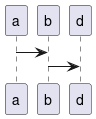
Earlier version of the PlantUML export resources/class-diagram.png (sesh9096/ooad_semester_project).
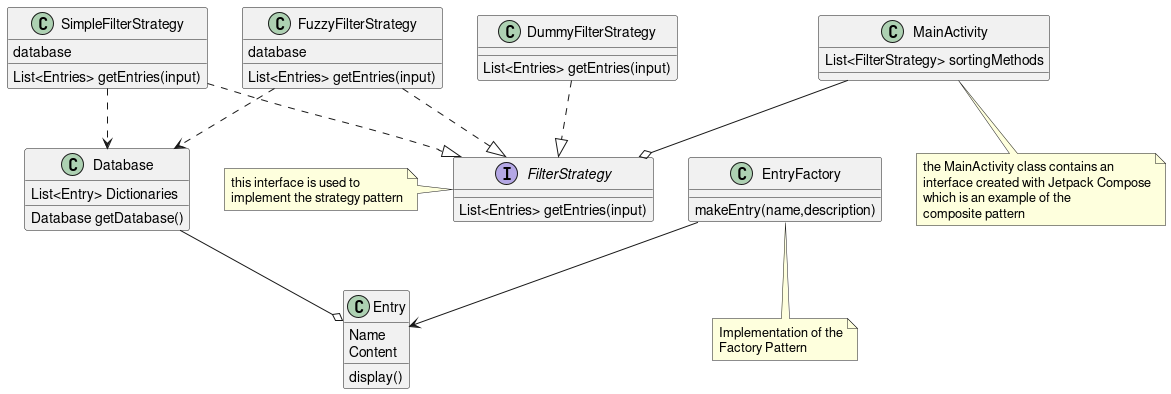
After the change.

What changed in the source:
```diff
@@ -1,4 +1,42 @@
 @startuml
-a -> b
-b -> d
+Interface FilterStrategy {
+	List<Entries> getEntries(input)
+}
+note left: this interface is used to\nimplement the strategy pattern
+Class Entry{
+	Name
+	Content
+	display()
+}
+Class EntryFactory{
+	makeEntry(name,description)
+}
+note bottom: Implementation of the\nFactory Pattern
+Class Database{
+	List<Entry> Dictionaries
+	Database getDatabase()
+}
+Class SimpleFilterStrategy {
+	database
+	List<Entries> getEntries(input)
+}
+Class FuzzyFilterStrategy {
+	database
+	List<Entries> getEntries(input)
+}
+Class DummyFilterStrategy {
+	List<Entries> getEntries(input)
+}
+Class MainActivity {
+	List<FilterStrategy> sortingMethods
+}
+note bottom: the MainActivity class contains an\ninterface created with Jetpack Compose\nwhich is an example of the\ncomposite pattern
+SimpleFilterStrategy ..|> FilterStrategy
+FuzzyFilterStrategy ..|> FilterStrategy
+DummyFilterStrategy ..|> FilterStrategy
+SimpleFilterStrategy ..> Database
+FuzzyFilterStrategy ..> Database
+Database --o Entry
+MainActivity --o FilterStrategy
+EntryFactory --> Entry
 @enduml
```
